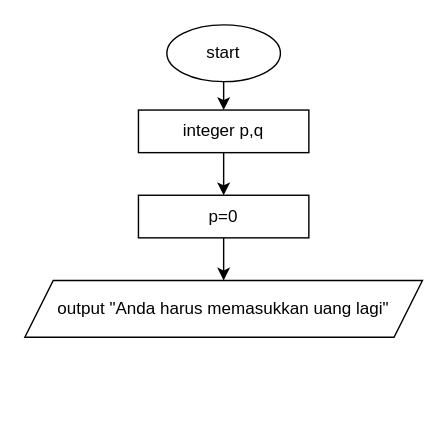
The draw.io diagram flowchart.drawio in maulliidda/Maulida-FP11, before the edit. Source tidied: cells renumbered, new cells numbered last; positions are measured from the earlier drawing's top-left corner, leaving out a move shared by most shapes. Both pictures are drawn from the tidied source at 142%, with x=0, y=0 at pixel (24, 24).
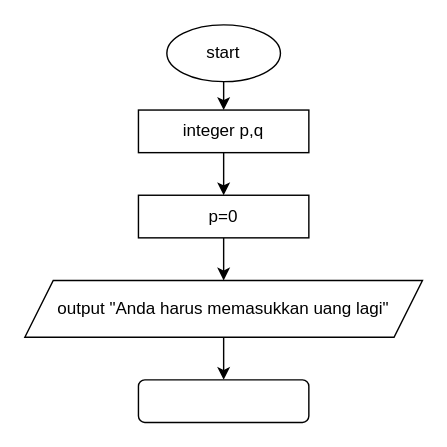
The same page after the edit.

Commit message:
Add input for variabel q

Diff of the diagram source:
```diff
@@
 <mxGraphModel>
   <root>
     <mxCell id="0" />
     <mxCell id="1" parent="0" />
     <mxCell id="2" style="edgeStyle=none;html=1;" parent="1" edge="1" source="3" target="5">
       <mxGeometry relative="1" as="geometry" />
     </mxCell>
     <mxCell id="3" value="start" style="ellipse;whiteSpace=wrap;html=1;" parent="1" vertex="1">
       <mxGeometry x="100" width="80" height="40" as="geometry" />
     </mxCell>
     <mxCell id="4" style="edgeStyle=none;html=1;" parent="1" edge="1" source="5" target="7">
       <mxGeometry relative="1" as="geometry" />
     </mxCell>
     <mxCell id="5" value="integer p,q" style="whiteSpace=wrap;html=1;" parent="1" vertex="1">
       <mxGeometry x="80" y="60" width="120" height="30" as="geometry" />
     </mxCell>
     <mxCell id="6" style="edgeStyle=none;html=1;" parent="1" edge="1" source="7" target="8">
       <mxGeometry relative="1" as="geometry" />
     </mxCell>
     <mxCell id="7" value="p=0" style="whiteSpace=wrap;html=1;" parent="1" vertex="1">
       <mxGeometry x="80" y="120" width="120" height="30" as="geometry" />
     </mxCell>
+    <mxCell id="9" style="edgeStyle=none;html=1;" parent="1" edge="1" source="8" target="10">
+      <mxGeometry relative="1" as="geometry" />
+    </mxCell>
     <mxCell id="8" value="output &quot;Anda harus memasukkan uang lagi&quot;" style="shape=parallelogram;perimeter=parallelogramPerimeter;whiteSpace=wrap;html=1;fixedSize=1;" parent="1" vertex="1">
       <mxGeometry y="180" width="280" height="40" as="geometry" />
     </mxCell>
+    <mxCell id="10" style="rounded=1;whiteSpace=wrap;html=1;" parent="1" vertex="1">
+      <mxGeometry x="80" y="250" width="120" height="30" as="geometry" />
+    </mxCell>
   </root>
 </mxGraphModel>
```
